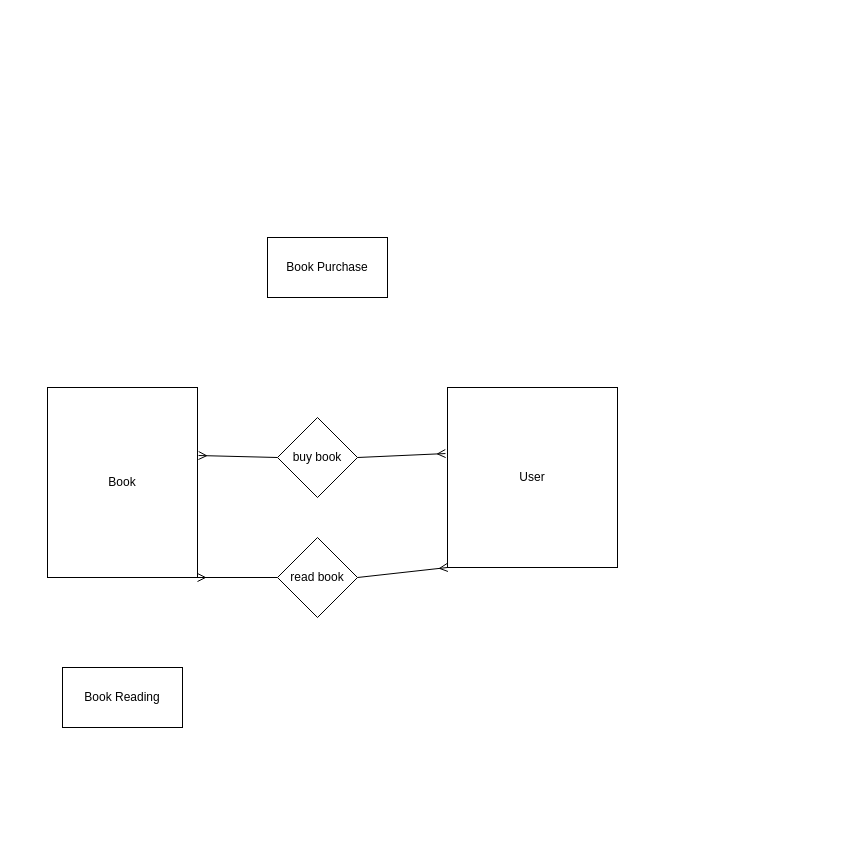
The draw.io diagram page "ER" (2 of 3) of Gerlinde/diagrams.drawio in peru3232/Database-development--Day1, before the edit. Source tidied: cells renumbered, new cells numbered last; positions are measured from the earlier drawing's top-left corner, leaving out a move shared by most shapes. Both pictures are drawn from the tidied source at 100%, with x=0, y=0 at pixel (47, 237).
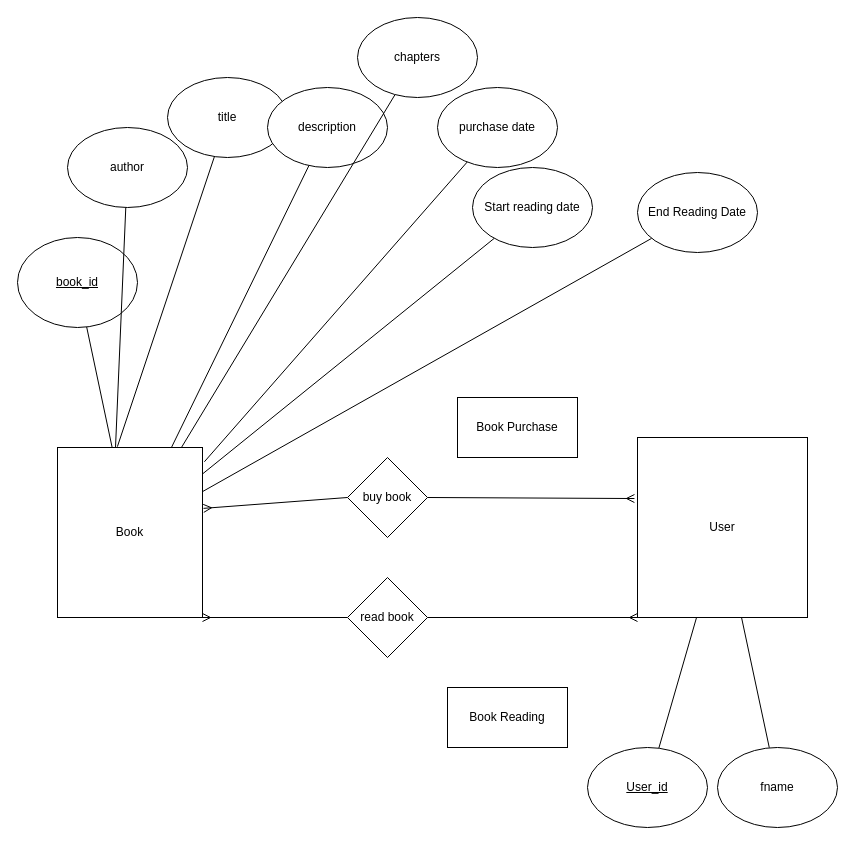
After the change.

Change to the diagram source:
```diff
@@
     <mxCell id="3" value="Book" style="whiteSpace=wrap;html=1;" parent="1" vertex="1">
-      <mxGeometry y="150" width="150" height="190" as="geometry" />
+      <mxGeometry x="10" y="210" width="145" height="170" as="geometry" />
     </mxCell>
     <mxCell id="4" value="Book Purchase" style="whiteSpace=wrap;html=1;" parent="1" vertex="1">
-      <mxGeometry x="220" width="120" height="60" as="geometry" />
+      <mxGeometry x="410" y="160" width="120" height="60" as="geometry" />
     </mxCell>
     <mxCell id="5" value="Book Reading" style="whiteSpace=wrap;html=1;" parent="1" vertex="1">
-      <mxGeometry x="15" y="430" width="120" height="60" as="geometry" />
+      <mxGeometry x="400" y="450" width="120" height="60" as="geometry" />
     </mxCell>
@@
-    <mxCell id="7" style="edgeStyle=none;html=1;exitX=1;exitY=0.5;exitDx=0;exitDy=0;entryX=-0.012;entryY=0.367;entryDx=0;entryDy=0;startArrow=none;startFill=0;endArrow=ERmany;endFill=0;entryPerimeter=0;" parent="1" edge="1" source="8" target="11">
+    <mxCell id="7" style="edgeStyle=none;html=1;exitX=1;exitY=0.5;exitDx=0;exitDy=0;entryX=-0.018;entryY=0.339;entryDx=0;entryDy=0;startArrow=none;startFill=0;endArrow=ERmany;endFill=0;entryPerimeter=0;" parent="1" edge="1" source="8" target="11">
       <mxGeometry relative="1" as="geometry" />
     </mxCell>
     <mxCell id="8" value="buy book" style="rhombus;whiteSpace=wrap;html=1;" parent="1" vertex="1">
-      <mxGeometry x="230" y="180" width="80" height="80" as="geometry" />
+      <mxGeometry x="300" y="220" width="80" height="80" as="geometry" />
     </mxCell>
@@
     <mxCell id="10" value="read book" style="rhombus;whiteSpace=wrap;html=1;" parent="1" vertex="1">
-      <mxGeometry x="230" y="300" width="80" height="80" as="geometry" />
+      <mxGeometry x="300" y="340" width="80" height="80" as="geometry" />
     </mxCell>
     <mxCell id="11" value="User" style="rounded=0;whiteSpace=wrap;html=1;" parent="1" vertex="1">
-      <mxGeometry x="400" y="150" width="170" height="180" as="geometry" />
+      <mxGeometry x="590" y="200" width="170" height="180" as="geometry" />
     </mxCell>
+    <mxCell id="12" style="edgeStyle=none;html=1;startArrow=none;startFill=0;endArrow=none;endFill=0;" parent="1" edge="1" source="13" target="3">
+      <mxGeometry relative="1" as="geometry" />
+    </mxCell>
+    <mxCell id="13" value="&lt;u&gt;book_id&lt;/u&gt;" style="ellipse;whiteSpace=wrap;html=1;" parent="1" vertex="1">
+      <mxGeometry x="-30" width="120" height="90" as="geometry" />
+    </mxCell>
+    <mxCell id="14" style="edgeStyle=none;html=1;entryX=0.4;entryY=0;entryDx=0;entryDy=0;entryPerimeter=0;startArrow=none;startFill=0;endArrow=none;endFill=0;" parent="1" edge="1" source="15" target="3">
+      <mxGeometry relative="1" as="geometry" />
+    </mxCell>
+    <mxCell id="15" value="author" style="ellipse;whiteSpace=wrap;html=1;" parent="1" vertex="1">
+      <mxGeometry x="20" y="-110" width="120" height="80" as="geometry" />
+    </mxCell>
+    <mxCell id="16" style="edgeStyle=none;html=1;entryX=0.413;entryY=-0.005;entryDx=0;entryDy=0;entryPerimeter=0;startArrow=none;startFill=0;endArrow=none;endFill=0;" parent="1" edge="1" source="17" target="3">
+      <mxGeometry relative="1" as="geometry" />
+    </mxCell>
+    <mxCell id="17" value="title" style="ellipse;whiteSpace=wrap;html=1;" parent="1" vertex="1">
+      <mxGeometry x="120" y="-160" width="120" height="80" as="geometry" />
+    </mxCell>
+    <mxCell id="18" style="edgeStyle=none;html=1;startArrow=none;startFill=0;endArrow=none;endFill=0;" parent="1" edge="1" source="19" target="3">
+      <mxGeometry relative="1" as="geometry" />
+    </mxCell>
+    <mxCell id="19" value="description" style="ellipse;whiteSpace=wrap;html=1;" parent="1" vertex="1">
+      <mxGeometry x="220" y="-150" width="120" height="80" as="geometry" />
+    </mxCell>
+    <mxCell id="20" style="edgeStyle=none;html=1;startArrow=none;startFill=0;endArrow=none;endFill=0;" parent="1" edge="1" source="21" target="3">
+      <mxGeometry relative="1" as="geometry" />
+    </mxCell>
+    <mxCell id="21" value="chapters" style="ellipse;whiteSpace=wrap;html=1;" parent="1" vertex="1">
+      <mxGeometry x="310" y="-220" width="120" height="80" as="geometry" />
+    </mxCell>
+    <mxCell id="22" style="edgeStyle=none;html=1;entryX=1.013;entryY=0.084;entryDx=0;entryDy=0;entryPerimeter=0;startArrow=none;startFill=0;endArrow=none;endFill=0;" parent="1" edge="1" source="23" target="3">
+      <mxGeometry relative="1" as="geometry" />
+    </mxCell>
+    <mxCell id="23" value="purchase date" style="ellipse;whiteSpace=wrap;html=1;" parent="1" vertex="1">
+      <mxGeometry x="390" y="-150" width="120" height="80" as="geometry" />
+    </mxCell>
+    <mxCell id="24" style="edgeStyle=none;html=1;startArrow=none;startFill=0;endArrow=none;endFill=0;" parent="1" edge="1" source="25" target="3">
+      <mxGeometry relative="1" as="geometry" />
+    </mxCell>
+    <mxCell id="25" value="Start reading date" style="ellipse;whiteSpace=wrap;html=1;" parent="1" vertex="1">
+      <mxGeometry x="425" y="-70" width="120" height="80" as="geometry" />
+    </mxCell>
+    <mxCell id="26" style="edgeStyle=none;html=1;startArrow=none;startFill=0;endArrow=none;endFill=0;" parent="1" edge="1" source="27" target="3">
+      <mxGeometry relative="1" as="geometry" />
+    </mxCell>
+    <mxCell id="27" value="End Reading Date" style="ellipse;whiteSpace=wrap;html=1;" parent="1" vertex="1">
+      <mxGeometry x="590" y="-65" width="120" height="80" as="geometry" />
+    </mxCell>
+    <mxCell id="28" style="edgeStyle=none;html=1;startArrow=none;startFill=0;endArrow=none;endFill=0;" parent="1" edge="1" source="29" target="11">
+      <mxGeometry relative="1" as="geometry" />
+    </mxCell>
+    <mxCell id="29" value="&lt;u&gt;User_id&lt;/u&gt;" style="ellipse;whiteSpace=wrap;html=1;" parent="1" vertex="1">
+      <mxGeometry x="540" y="510" width="120" height="80" as="geometry" />
+    </mxCell>
+    <mxCell id="30" style="edgeStyle=none;html=1;startArrow=none;startFill=0;endArrow=none;endFill=0;" parent="1" edge="1" source="31" target="11">
+      <mxGeometry relative="1" as="geometry" />
+    </mxCell>
+    <mxCell id="31" value="fname" style="ellipse;whiteSpace=wrap;html=1;" parent="1" vertex="1">
+      <mxGeometry x="670" y="510" width="120" height="80" as="geometry" />
+    </mxCell>
```
